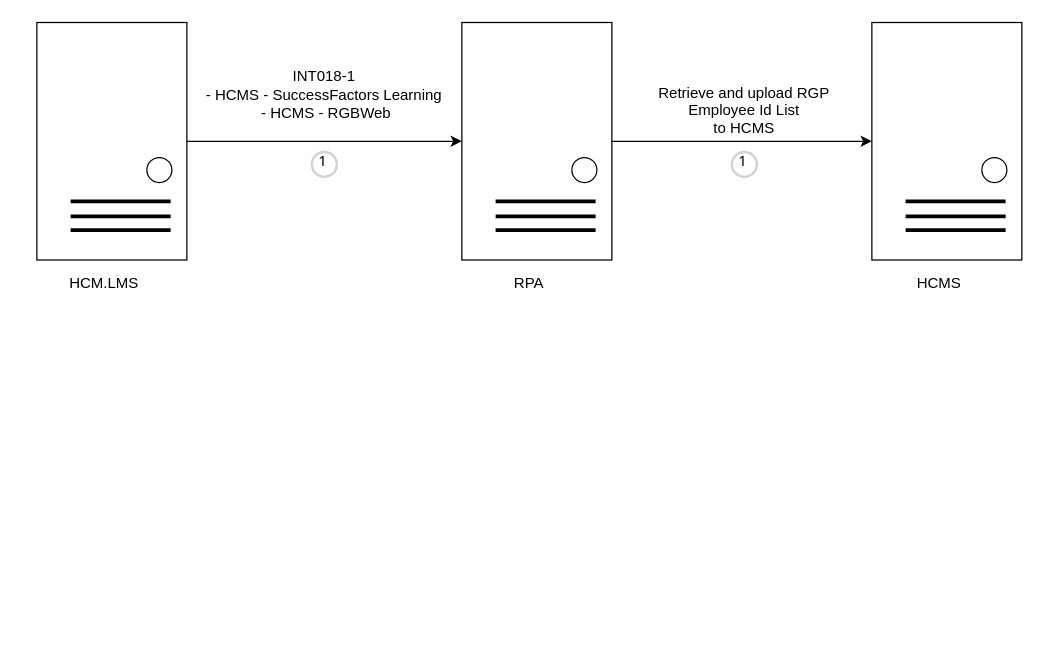
Earlier version of the draw.io diagram page "HCMS" (3 of 9) of Untitled Diagram.drawio (wsxad234/flowchart). Source tidied: cells renumbered, new cells numbered last; positions are measured from the earlier drawing's top-left corner, leaving out a move shared by most shapes. Both pictures are drawn from the tidied source at 125%, with x=0, y=0 at pixel (36, 21).
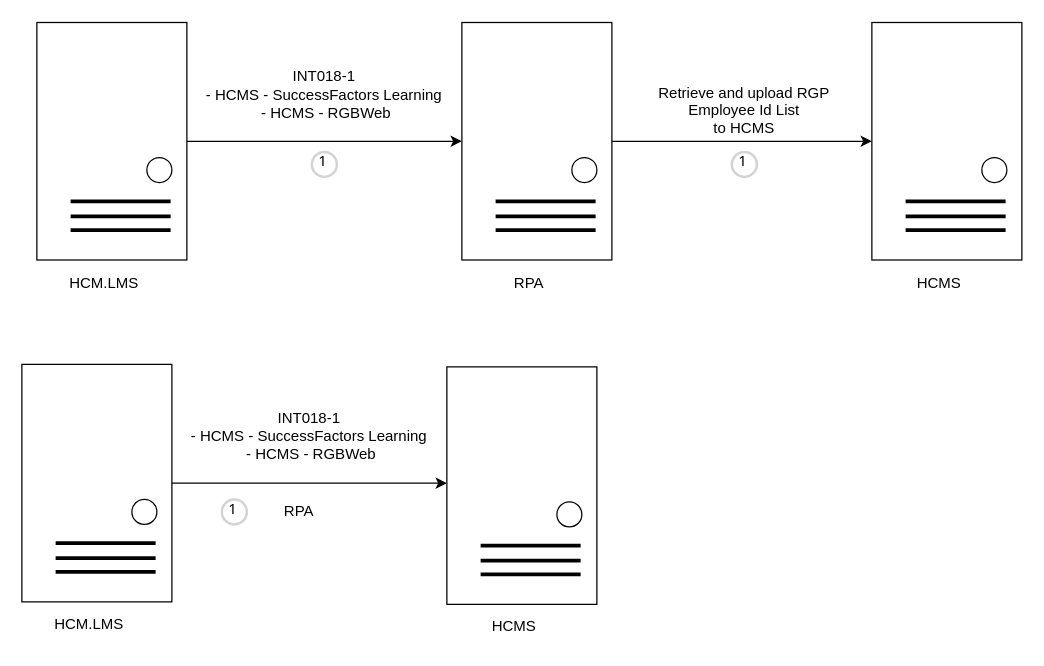
After the change.

What changed in the source:
```diff
@@
+    <mxCell id="26" style="edgeStyle=orthogonalEdgeStyle;rounded=0;jettySize=auto;html=1;entryX=0;entryY=0.5;entryDx=0;entryDy=0;" parent="1" edge="1" source="27">
+      <mxGeometry relative="1" as="geometry">
+        <mxPoint x="328" y="369" as="targetPoint" />
+      </mxGeometry>
+    </mxCell>
+    <mxCell id="27" style="rounded=0;whiteSpace=wrap;html=1;" parent="1" vertex="1">
+      <mxGeometry x="-12" y="274" width="120" height="190" as="geometry" />
+    </mxCell>
+    <mxCell id="28" style="ellipse;whiteSpace=wrap;html=1;direction=south;" parent="1" vertex="1">
+      <mxGeometry x="76" y="382" width="20" height="20" as="geometry" />
+    </mxCell>
+    <mxCell id="29" value="HCM.LMS" style="text;html=1;strokeColor=none;fillColor=none;align=center;verticalAlign=middle;whiteSpace=wrap;rounded=0;" parent="1" vertex="1">
+      <mxGeometry x="12" y="467" width="60" height="30" as="geometry" />
+    </mxCell>
+    <mxCell id="30" style="endArrow=none;html=1;rounded=0;align=center;strokeWidth=3;" parent="1" edge="1">
+      <mxGeometry relative="1" as="geometry">
+        <mxPoint x="15" y="417" as="sourcePoint" />
+        <mxPoint x="95" y="417" as="targetPoint" />
+      </mxGeometry>
+    </mxCell>
+    <mxCell id="31" style="endArrow=none;html=1;rounded=0;align=center;strokeWidth=3;" parent="1" edge="1">
+      <mxGeometry relative="1" as="geometry">
+        <mxPoint x="15" y="429" as="sourcePoint" />
+        <mxPoint x="95" y="429" as="targetPoint" />
+      </mxGeometry>
+    </mxCell>
+    <mxCell id="32" style="endArrow=none;html=1;rounded=0;align=center;strokeWidth=3;" parent="1" edge="1">
+      <mxGeometry relative="1" as="geometry">
+        <mxPoint x="15" y="440" as="sourcePoint" />
+        <mxPoint x="95" y="440" as="targetPoint" />
+      </mxGeometry>
+    </mxCell>
+    <mxCell id="33" style="rounded=0;whiteSpace=wrap;html=1;" parent="1" vertex="1">
+      <mxGeometry x="328" y="276" width="120" height="190" as="geometry" />
+    </mxCell>
+    <mxCell id="34" style="ellipse;whiteSpace=wrap;html=1;direction=south;" parent="1" vertex="1">
+      <mxGeometry x="416" y="384" width="20" height="20" as="geometry" />
+    </mxCell>
+    <mxCell id="35" value="HCMS" style="text;html=1;strokeColor=none;fillColor=none;align=center;verticalAlign=middle;whiteSpace=wrap;rounded=0;" parent="1" vertex="1">
+      <mxGeometry x="352" y="469" width="60" height="30" as="geometry" />
+    </mxCell>
+    <mxCell id="36" style="endArrow=none;html=1;rounded=0;align=center;strokeWidth=3;" parent="1" edge="1">
+      <mxGeometry relative="1" as="geometry">
+        <mxPoint x="355" y="419" as="sourcePoint" />
+        <mxPoint x="435" y="419" as="targetPoint" />
+      </mxGeometry>
+    </mxCell>
+    <mxCell id="37" style="endArrow=none;html=1;rounded=0;align=center;strokeWidth=3;" parent="1" edge="1">
+      <mxGeometry relative="1" as="geometry">
+        <mxPoint x="355" y="431" as="sourcePoint" />
+        <mxPoint x="435" y="431" as="targetPoint" />
+      </mxGeometry>
+    </mxCell>
+    <mxCell id="38" style="endArrow=none;html=1;rounded=0;align=center;strokeWidth=3;" parent="1" edge="1">
+      <mxGeometry relative="1" as="geometry">
+        <mxPoint x="355" y="442" as="sourcePoint" />
+        <mxPoint x="435" y="442" as="targetPoint" />
+      </mxGeometry>
+    </mxCell>
+    <mxCell id="39" value="&lt;br&gt;&lt;table style=&quot;border-collapse:&lt;br/&gt; collapse;width:305pt&quot; width=&quot;406&quot; cellspacing=&quot;0&quot; cellpadding=&quot;0&quot; border=&quot;0&quot;&gt;&lt;tbody&gt;&lt;tr style=&quot;height:14.4pt&quot; height=&quot;19&quot;&gt;  &lt;td style=&quot;height:14.4pt;width:305pt&quot; width=&quot;406&quot; class=&quot;xl66&quot; height=&quot;19&quot;&gt;INT018-1&lt;br&gt;  - HCMS - SuccessFactors Learning&lt;br&gt;&amp;nbsp;- HCMS - RGBWeb&lt;/td&gt;&lt;/tr&gt;&lt;/tbody&gt;&lt;/table&gt;" style="text;html=1;strokeColor=none;fillColor=none;align=center;verticalAlign=middle;whiteSpace=wrap;rounded=0;" parent="1" vertex="1">
+      <mxGeometry x="148" y="274" width="140" height="100" as="geometry" />
+    </mxCell>
+    <mxCell id="40" value="1" style="ellipse;whiteSpace=wrap;html=1;strokeWidth=2;fontFamily=Tahoma;spacingBottom=4;spacingRight=2;strokeColor=#d3d3d3;" parent="1" vertex="1">
+      <mxGeometry x="148" y="382" width="20" height="20" as="geometry" />
+    </mxCell>
+    <mxCell id="41" value="RPA" style="text;html=1;strokeColor=none;fillColor=none;align=center;verticalAlign=middle;whiteSpace=wrap;rounded=0;" parent="1" vertex="1">
+      <mxGeometry x="180" y="377" width="60" height="30" as="geometry" />
+    </mxCell>
```
